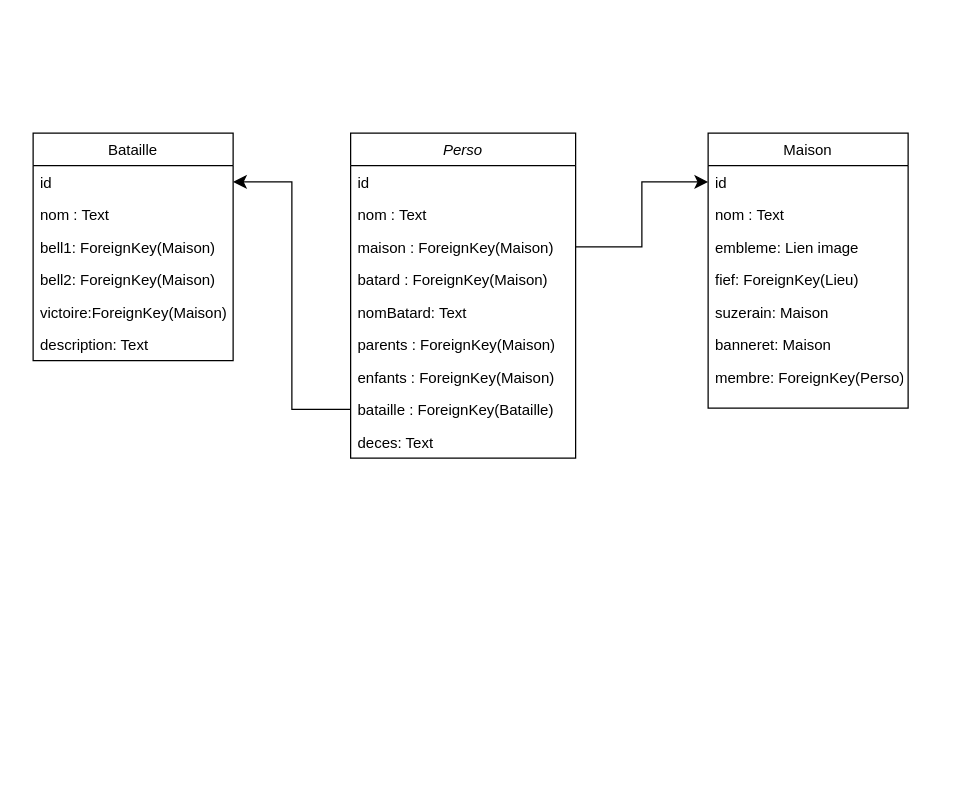
Before: Diagramme sans nom.drawio in maxime-brenner/encyclo-got, a draw.io diagram. Source tidied: cells renumbered, new cells numbered last; positions are measured from the earlier drawing's top-left corner, leaving out a move shared by most shapes. Both pictures are drawn from the tidied source at 125%, with x=0, y=0 at pixel (32, 132).
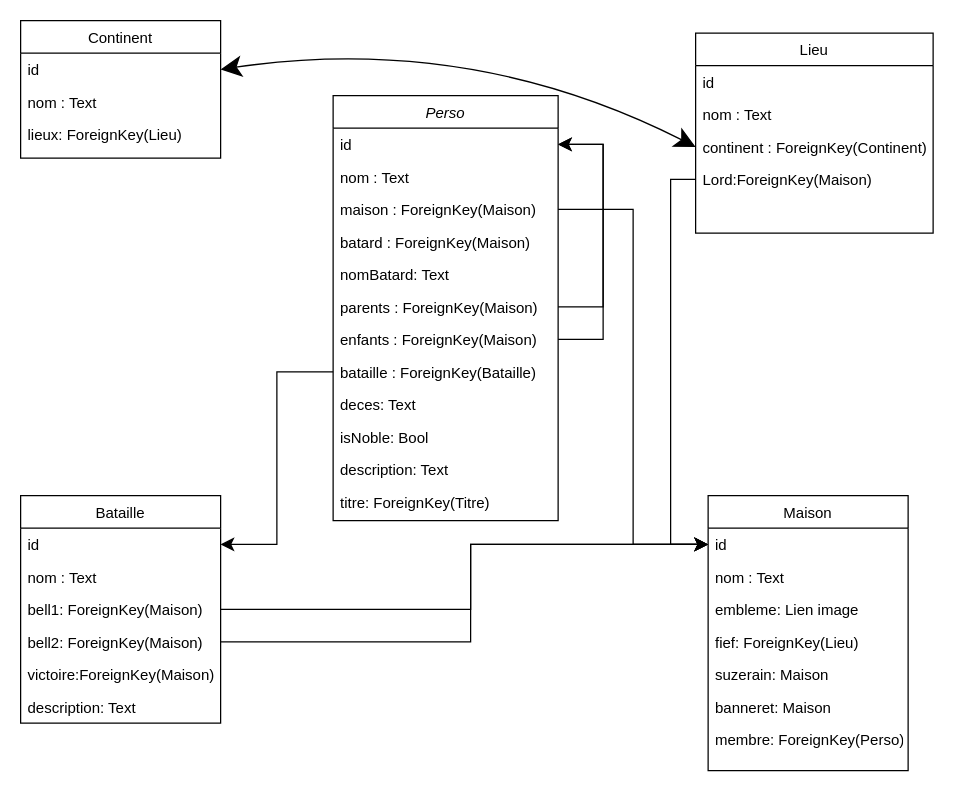
After the change.

Commit message:
Mettre à jour Diagramme sans nom.drawio

The change refers to these unchanged cells:
```xml
<mxCell id="3" value="id" style="text;align=left;verticalAlign=top;spacingLeft=4;spacingRight=4;overflow=hidden;points=[[0,0.5],[1,0.5]];portConstraint=eastwest;" parent="2" vertex="1">
  <mxGeometry y="26" width="180" height="26" as="geometry" />
</mxCell>
<mxCell id="8" value="parents : ForeignKey(Maison)" style="text;align=left;verticalAlign=top;spacingLeft=4;spacingRight=4;overflow=hidden;points=[[0,0.5],[1,0.5]];portConstraint=eastwest;rounded=0;shadow=0;html=0;" parent="2" vertex="1">
  <mxGeometry y="156" width="180" height="26" as="geometry" />
</mxCell>
<mxCell id="9" value="enfants : ForeignKey(Maison)" style="text;align=left;verticalAlign=top;spacingLeft=4;spacingRight=4;overflow=hidden;points=[[0,0.5],[1,0.5]];portConstraint=eastwest;rounded=0;shadow=0;html=0;" parent="2" vertex="1">
  <mxGeometry y="182" width="180" height="26" as="geometry" />
</mxCell>
<mxCell id="13" value="id" style="text;align=left;verticalAlign=top;spacingLeft=4;spacingRight=4;overflow=hidden;points=[[0,0.5],[1,0.5]];portConstraint=eastwest;" parent="12" vertex="1">
  <mxGeometry y="26" width="160" height="26" as="geometry" />
</mxCell>
<mxCell id="23" value="bell1: ForeignKey(Maison)" style="text;align=left;verticalAlign=top;spacingLeft=4;spacingRight=4;overflow=hidden;points=[[0,0.5],[1,0.5]];portConstraint=eastwest;rounded=0;shadow=0;html=0;" parent="20" vertex="1">
  <mxGeometry y="78" width="160" height="26" as="geometry" />
</mxCell>
<mxCell id="24" value="bell2: ForeignKey(Maison)" style="text;align=left;verticalAlign=top;spacingLeft=4;spacingRight=4;overflow=hidden;points=[[0,0.5],[1,0.5]];portConstraint=eastwest;rounded=0;shadow=0;html=0;" parent="20" vertex="1">
  <mxGeometry y="104" width="160" height="26" as="geometry" />
</mxCell>
```

Diff of the diagram source:
```diff
@@
     <mxCell id="2" value="Perso" style="swimlane;fontStyle=2;align=center;verticalAlign=top;horizontal=1;startSize=26;rounded=0;shadow=0;strokeWidth=1;" parent="1" vertex="1">
-      <mxGeometry x="254" width="180" height="260" as="geometry" />
+      <mxGeometry x="240" y="-30" width="180" height="340" as="geometry" />
     </mxCell>
@@
+    <mxCell id="29" style="edgeStyle=elbowEdgeStyle;elbow=horizontal;endArrow=classic;html=1;curved=0;rounded=0;endSize=8;startSize=8;fontSize=12;sourcePerimeterSpacing=8;targetPerimeterSpacing=8;exitX=1;exitY=0.5;exitDx=0;exitDy=0;entryX=1;entryY=0.5;entryDx=0;entryDy=0;" parent="2" edge="1" source="8" target="3">
+      <mxGeometry relative="1" as="geometry">
+        <Array as="points">
+          <mxPoint x="216" y="110" />
+        </Array>
+      </mxGeometry>
+    </mxCell>
+    <mxCell id="30" style="edgeStyle=elbowEdgeStyle;elbow=horizontal;endArrow=classic;html=1;curved=0;rounded=0;endSize=8;startSize=8;fontSize=12;sourcePerimeterSpacing=8;targetPerimeterSpacing=8;exitX=1;exitY=0.5;exitDx=0;exitDy=0;entryX=1;entryY=0.5;entryDx=0;entryDy=0;" parent="2" edge="1" source="9" target="3">
+      <mxGeometry relative="1" as="geometry">
+        <Array as="points">
+          <mxPoint x="216" y="180" />
+        </Array>
+      </mxGeometry>
+    </mxCell>
+    <mxCell id="31" value="isNoble: Bool" style="text;align=left;verticalAlign=top;spacingLeft=4;spacingRight=4;overflow=hidden;rounded=0;shadow=0;html=0;" parent="2" vertex="1">
+      <mxGeometry y="260" width="180" height="26" as="geometry" />
+    </mxCell>
+    <mxCell id="32" value="description: Text" style="text;align=left;verticalAlign=top;spacingLeft=4;spacingRight=4;overflow=hidden;rounded=0;shadow=0;html=0;" parent="2" vertex="1">
+      <mxGeometry y="286" width="180" height="26" as="geometry" />
+    </mxCell>
+    <mxCell id="33" value="titre: ForeignKey(Titre)" style="text;align=left;verticalAlign=top;spacingLeft=4;spacingRight=4;overflow=hidden;rounded=0;shadow=0;html=0;" parent="2" vertex="1">
+      <mxGeometry y="312" width="180" height="26" as="geometry" />
+    </mxCell>
     <mxCell id="12" value="Maison" style="swimlane;fontStyle=0;align=center;verticalAlign=top;horizontal=1;startSize=26;rounded=0;shadow=0;strokeWidth=1;" parent="1" vertex="1">
-      <mxGeometry x="540" width="160" height="220" as="geometry" />
+      <mxGeometry x="540" y="290" width="160" height="220" as="geometry" />
     </mxCell>
@@
     <mxCell id="20" value="Bataille" style="swimlane;fontStyle=0;align=center;verticalAlign=top;horizontal=1;startSize=26;rounded=0;shadow=0;strokeWidth=1;" parent="1" vertex="1">
-      <mxGeometry width="160" height="182" as="geometry" />
+      <mxGeometry x="-10" y="290" width="160" height="182" as="geometry" />
     </mxCell>
@@
+    <mxCell id="34" style="edgeStyle=elbowEdgeStyle;elbow=horizontal;endArrow=classic;html=1;curved=0;rounded=0;endSize=8;startSize=8;fontSize=12;sourcePerimeterSpacing=8;targetPerimeterSpacing=8;exitX=1;exitY=0.5;exitDx=0;exitDy=0;entryX=0;entryY=0.5;entryDx=0;entryDy=0;" parent="1" edge="1" source="23" target="13">
+      <mxGeometry relative="1" as="geometry">
+        <Array as="points">
+          <mxPoint x="350" y="370" />
+        </Array>
+      </mxGeometry>
+    </mxCell>
+    <mxCell id="35" style="edgeStyle=elbowEdgeStyle;elbow=horizontal;endArrow=classic;html=1;curved=0;rounded=0;endSize=8;startSize=8;fontSize=12;sourcePerimeterSpacing=8;targetPerimeterSpacing=8;exitX=1;exitY=0.5;exitDx=0;exitDy=0;entryX=0;entryY=0.5;entryDx=0;entryDy=0;" parent="1" edge="1" source="24" target="13">
+      <mxGeometry relative="1" as="geometry">
+        <Array as="points">
+          <mxPoint x="350" y="370" />
+        </Array>
+      </mxGeometry>
+    </mxCell>
+    <mxCell id="36" value="Continent" style="swimlane;fontStyle=0;align=center;verticalAlign=top;horizontal=1;startSize=26;rounded=0;shadow=0;strokeWidth=1;" parent="1" vertex="1">
+      <mxGeometry x="-10" y="-90" width="160" height="110" as="geometry" />
+    </mxCell>
+    <mxCell id="37" value="id" style="text;align=left;verticalAlign=top;spacingLeft=4;spacingRight=4;overflow=hidden;points=[[0,0.5],[1,0.5]];portConstraint=eastwest;" parent="36" vertex="1">
+      <mxGeometry y="26" width="160" height="26" as="geometry" />
+    </mxCell>
+    <mxCell id="38" value="nom : Text" style="text;align=left;verticalAlign=top;spacingLeft=4;spacingRight=4;overflow=hidden;rounded=0;shadow=0;html=0;" parent="36" vertex="1">
+      <mxGeometry y="52" width="160" height="26" as="geometry" />
+    </mxCell>
+    <mxCell id="39" value="lieux: ForeignKey(Lieu)" style="text;align=left;verticalAlign=top;spacingLeft=4;spacingRight=4;overflow=hidden;rounded=0;shadow=0;html=0;" parent="36" vertex="1">
+      <mxGeometry y="78" width="160" height="26" as="geometry" />
+    </mxCell>
+    <mxCell id="40" value="Lieu" style="swimlane;fontStyle=0;align=center;verticalAlign=top;horizontal=1;startSize=26;rounded=0;shadow=0;strokeWidth=1;" parent="1" vertex="1">
+      <mxGeometry x="530" y="-80" width="190" height="160" as="geometry" />
+    </mxCell>
+    <mxCell id="41" value="id" style="text;align=left;verticalAlign=top;spacingLeft=4;spacingRight=4;overflow=hidden;" parent="40" vertex="1">
+      <mxGeometry y="26" width="190" height="26" as="geometry" />
+    </mxCell>
+    <mxCell id="42" value="nom : Text" style="text;align=left;verticalAlign=top;spacingLeft=4;spacingRight=4;overflow=hidden;rounded=0;shadow=0;html=0;" parent="40" vertex="1">
+      <mxGeometry y="52" width="190" height="26" as="geometry" />
+    </mxCell>
+    <mxCell id="43" value="continent : ForeignKey(Continent)" style="text;align=left;verticalAlign=top;spacingLeft=4;spacingRight=4;overflow=hidden;points=[[0,0.5],[1,0.5]];portConstraint=eastwest;rounded=0;shadow=0;html=0;" parent="40" vertex="1">
+      <mxGeometry y="78" width="190" height="26" as="geometry" />
+    </mxCell>
+    <mxCell id="44" value="Lord:ForeignKey(Maison)" style="text;align=left;verticalAlign=top;spacingLeft=4;spacingRight=4;overflow=hidden;points=[[0,0.5],[1,0.5]];portConstraint=eastwest;rounded=0;shadow=0;html=0;" parent="40" vertex="1">
+      <mxGeometry y="104" width="190" height="26" as="geometry" />
+    </mxCell>
+    <mxCell id="45" style="endArrow=classic;startArrow=classic;html=1;rounded=0;fontSize=12;startSize=14;endSize=14;sourcePerimeterSpacing=8;targetPerimeterSpacing=8;curved=1;entryX=0;entryY=0.5;entryDx=0;entryDy=0;exitX=1;exitY=0.5;exitDx=0;exitDy=0;" parent="1" edge="1" source="37" target="43">
+      <mxGeometry relative="1" as="geometry">
+        <Array as="points">
+          <mxPoint x="350" y="-80" />
+        </Array>
+      </mxGeometry>
+    </mxCell>
+    <mxCell id="46" style="edgeStyle=elbowEdgeStyle;elbow=vertical;endArrow=classic;html=1;curved=0;rounded=0;endSize=8;startSize=8;fontSize=12;sourcePerimeterSpacing=8;targetPerimeterSpacing=8;exitX=0;exitY=0.5;exitDx=0;exitDy=0;entryX=0;entryY=0.5;entryDx=0;entryDy=0;" parent="1" edge="1" source="44" target="13">
+      <mxGeometry relative="1" as="geometry">
+        <Array as="points">
+          <mxPoint x="510" y="170" />
+          <mxPoint x="510" y="180" />
+        </Array>
+      </mxGeometry>
+    </mxCell>
```
